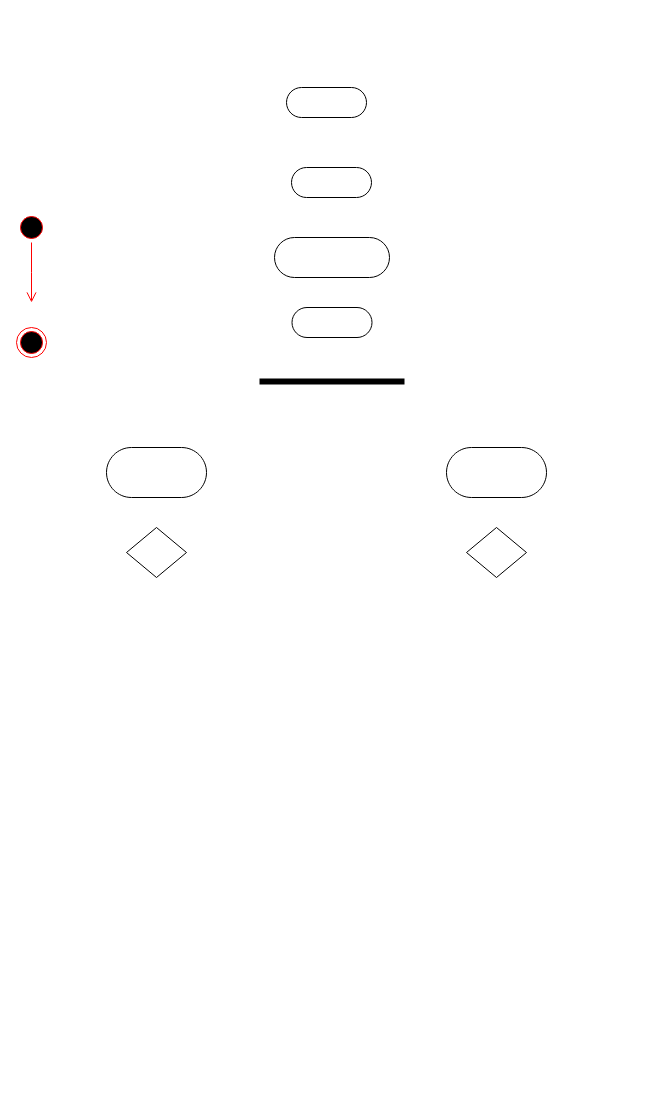
Before: Labs/Lab6 Activity diagram.drawio in Aksharpanchani/IT_314_202101522, a draw.io diagram. Source tidied: cells renumbered, new cells numbered last; positions are measured from the earlier drawing's top-left corner, leaving out a move shared by most shapes. Both pictures are drawn from the tidied source at 100%, with x=0, y=0 at pixel (16, 87).
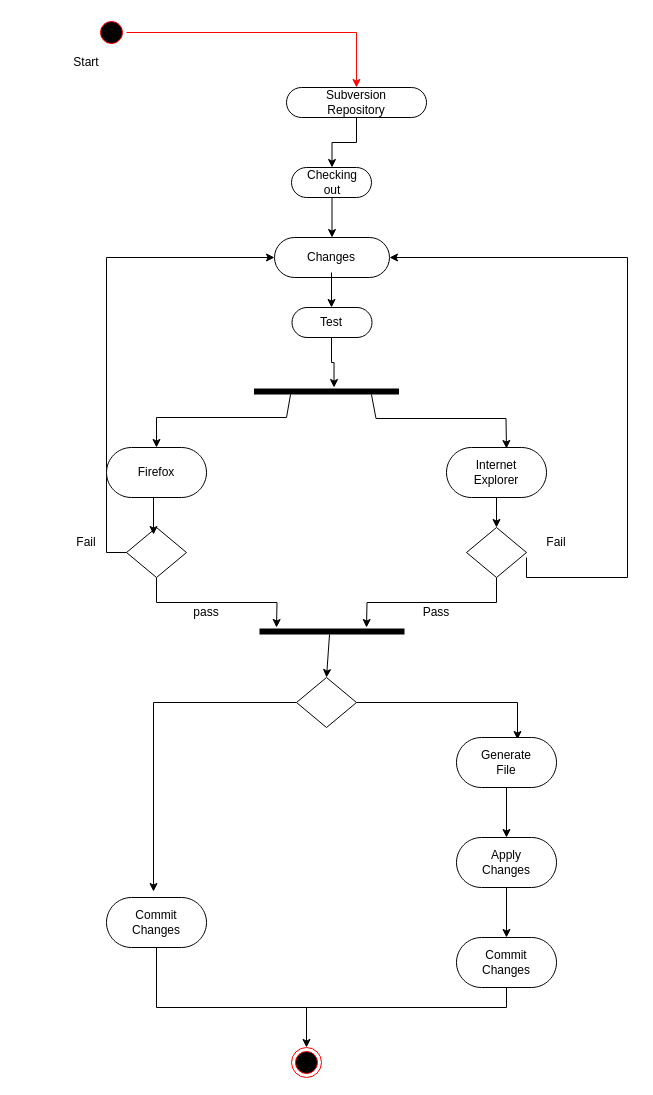
The same diagram, later.

The change refers to these unchanged cells:
```xml
<mxCell id="5" style="html=1;dashed=0;whiteSpace=wrap;shape=mxgraph.dfd.start;" parent="1" vertex="1">
  <mxGeometry x="258" y="150" width="115" height="40" as="geometry" />
</mxCell>
<mxCell id="6" style="shape=rhombus;html=1;dashed=0;whiteSpace=wrap;perimeter=rhombusPerimeter;" parent="1" vertex="1">
  <mxGeometry x="110" y="440" width="60" height="50" as="geometry" />
</mxCell>
<mxCell id="7" style="shape=rhombus;html=1;dashed=0;whiteSpace=wrap;perimeter=rhombusPerimeter;" parent="1" vertex="1">
  <mxGeometry x="450" y="440" width="60" height="50" as="geometry" />
</mxCell>
<mxCell id="9" style="html=1;dashed=0;whiteSpace=wrap;shape=mxgraph.dfd.start;" parent="1" vertex="1">
  <mxGeometry x="430" y="360" width="100" height="50" as="geometry" />
</mxCell>
<mxCell id="10" style="html=1;dashed=0;whiteSpace=wrap;shape=mxgraph.dfd.start;" parent="1" vertex="1">
  <mxGeometry x="90" y="360" width="100" height="50" as="geometry" />
</mxCell>
```

Diff of the diagram source:
```diff
@@
     <mxCell id="2" style="html=1;dashed=0;whiteSpace=wrap;shape=mxgraph.dfd.start;" parent="1" vertex="1">
-      <mxGeometry x="270" width="80" height="30" as="geometry" />
+      <mxGeometry x="270" width="140" height="30" as="geometry" />
     </mxCell>
@@
+    <mxCell id="14" style="edgeStyle=orthogonalEdgeStyle;rounded=0;jettySize=auto;html=1;exitX=0.5;exitY=1;exitDx=0;exitDy=0;" parent="1" edge="1" source="6">
+      <mxGeometry relative="1" as="geometry">
+        <mxPoint x="260" y="540" as="targetPoint" />
+      </mxGeometry>
+    </mxCell>
+    <mxCell id="15" style="edgeStyle=orthogonalEdgeStyle;rounded=0;jettySize=auto;html=1;exitX=0;exitY=0.5;exitDx=0;exitDy=0;entryX=0;entryY=0.5;entryDx=0;entryDy=0;entryPerimeter=0;" parent="1" edge="1" source="6" target="5">
+      <mxGeometry relative="1" as="geometry" />
+    </mxCell>
@@
+    <mxCell id="16" style="edgeStyle=orthogonalEdgeStyle;rounded=0;jettySize=auto;html=1;exitX=0.5;exitY=1;exitDx=0;exitDy=0;" parent="1" edge="1" source="7">
+      <mxGeometry relative="1" as="geometry">
+        <mxPoint x="350" y="540" as="targetPoint" />
+      </mxGeometry>
+    </mxCell>
@@
     <mxCell id="8" style="line;strokeWidth=6;fillColor=none;align=left;verticalAlign=middle;spacingTop=-1;spacingLeft=3;spacingRight=3;labelPosition=right;points=[];portConstraint=eastwest;strokeColor=inherit;" parent="1" vertex="1">
-      <mxGeometry x="243" y="290" width="145" height="8" as="geometry" />
+      <mxGeometry x="237.5" y="300" width="145" height="8" as="geometry" />
     </mxCell>
+    <mxCell id="17" style="edgeStyle=orthogonalEdgeStyle;rounded=0;jettySize=auto;html=1;exitX=0.5;exitY=0.5;exitDx=0;exitDy=25;exitPerimeter=0;entryX=0.5;entryY=0;entryDx=0;entryDy=0;" parent="1" edge="1" source="9" target="7">
+      <mxGeometry relative="1" as="geometry" />
+    </mxCell>
@@
+    <mxCell id="18" style="edgeStyle=orthogonalEdgeStyle;rounded=0;jettySize=auto;html=1;exitX=0.5;exitY=0.5;exitDx=0;exitDy=25;exitPerimeter=0;entryX=0.45;entryY=0.14;entryDx=0;entryDy=0;entryPerimeter=0;" parent="1" edge="1" source="10" target="6">
+      <mxGeometry relative="1" as="geometry" />
+    </mxCell>
@@
     <mxCell id="11" style="ellipse;html=1;shape=endState;fillColor=#000000;strokeColor=#ff0000;" parent="1" vertex="1">
-      <mxGeometry y="240" width="30" height="30" as="geometry" />
+      <mxGeometry x="275" y="960" width="30" height="30" as="geometry" />
     </mxCell>
+    <mxCell id="19" style="edgeStyle=orthogonalEdgeStyle;rounded=0;jettySize=auto;html=1;exitX=1;exitY=0.5;exitDx=0;exitDy=0;strokeColor=#fa0505;" parent="1" edge="1" source="12" target="2">
+      <mxGeometry relative="1" as="geometry" />
+    </mxCell>
     <mxCell id="12" style="ellipse;html=1;shape=startState;fillColor=#000000;strokeColor=#ff0000;" parent="1" vertex="1">
-      <mxGeometry y="125" width="30" height="30" as="geometry" />
+      <mxGeometry x="80" y="-70" width="30" height="30" as="geometry" />
     </mxCell>
-    <mxCell id="13" style="edgeStyle=orthogonalEdgeStyle;html=1;verticalAlign=bottom;endArrow=open;endSize=8;strokeColor=#ff0000;rounded=0;" parent="1" edge="1" source="12">
-      <mxGeometry relative="1" as="geometry">
-        <mxPoint x="15" y="215" as="targetPoint" />
-      </mxGeometry>
-    </mxCell>
+    <mxCell id="20" style="line;strokeWidth=6;fillColor=none;align=left;verticalAlign=middle;spacingTop=-1;spacingLeft=3;spacingRight=3;labelPosition=right;points=[];portConstraint=eastwest;strokeColor=inherit;" parent="1" vertex="1">
+      <mxGeometry x="243" y="540" width="145" height="8" as="geometry" />
+    </mxCell>
+    <mxCell id="21" style="edgeStyle=orthogonalEdgeStyle;rounded=0;jettySize=auto;html=1;exitX=1;exitY=0.5;exitDx=0;exitDy=0;entryX=0.61;entryY=0.04;entryDx=0;entryDy=0;entryPerimeter=0;" parent="1" edge="1" source="23" target="28">
+      <mxGeometry relative="1" as="geometry" />
+    </mxCell>
+    <mxCell id="22" style="edgeStyle=orthogonalEdgeStyle;rounded=0;jettySize=auto;html=1;exitX=0;exitY=0.5;exitDx=0;exitDy=0;entryX=0.47;entryY=-0.12;entryDx=0;entryDy=0;entryPerimeter=0;" parent="1" edge="1" source="23" target="25">
+      <mxGeometry relative="1" as="geometry" />
+    </mxCell>
+    <mxCell id="23" style="shape=rhombus;html=1;dashed=0;whiteSpace=wrap;perimeter=rhombusPerimeter;" parent="1" vertex="1">
+      <mxGeometry x="280" y="590" width="60" height="50" as="geometry" />
+    </mxCell>
+    <mxCell id="24" style="edgeStyle=orthogonalEdgeStyle;rounded=0;jettySize=auto;html=1;exitX=0.5;exitY=0.5;exitDx=0;exitDy=25;exitPerimeter=0;entryX=0.5;entryY=0.5;entryDx=0;entryDy=25;entryPerimeter=0;endArrow=none;endFill=0;" parent="1" edge="1" source="25" target="26">
+      <mxGeometry relative="1" as="geometry" />
+    </mxCell>
+    <mxCell id="25" style="html=1;dashed=0;whiteSpace=wrap;shape=mxgraph.dfd.start;" parent="1" vertex="1">
+      <mxGeometry x="90" y="810" width="100" height="50" as="geometry" />
+    </mxCell>
+    <mxCell id="26" style="html=1;dashed=0;whiteSpace=wrap;shape=mxgraph.dfd.start;" parent="1" vertex="1">
+      <mxGeometry x="440" y="850" width="100" height="50" as="geometry" />
+    </mxCell>
+    <mxCell id="27" style="edgeStyle=orthogonalEdgeStyle;rounded=0;jettySize=auto;html=1;exitX=0.5;exitY=0.5;exitDx=0;exitDy=25;exitPerimeter=0;entryX=0.5;entryY=0.5;entryDx=0;entryDy=-25;entryPerimeter=0;" parent="1" edge="1" source="28" target="30">
+      <mxGeometry relative="1" as="geometry" />
+    </mxCell>
+    <mxCell id="28" style="html=1;dashed=0;whiteSpace=wrap;shape=mxgraph.dfd.start;" parent="1" vertex="1">
+      <mxGeometry x="440" y="650" width="100" height="50" as="geometry" />
+    </mxCell>
+    <mxCell id="29" style="edgeStyle=orthogonalEdgeStyle;rounded=0;jettySize=auto;html=1;exitX=0.5;exitY=0.5;exitDx=0;exitDy=25;exitPerimeter=0;entryX=0.5;entryY=0.5;entryDx=0;entryDy=-25;entryPerimeter=0;" parent="1" edge="1" source="30" target="26">
+      <mxGeometry relative="1" as="geometry" />
+    </mxCell>
+    <mxCell id="30" style="html=1;dashed=0;whiteSpace=wrap;shape=mxgraph.dfd.start;" parent="1" vertex="1">
+      <mxGeometry x="440" y="750" width="100" height="50" as="geometry" />
+    </mxCell>
+    <mxCell id="31" style="edgeStyle=orthogonalEdgeStyle;rounded=0;jettySize=auto;html=1;exitX=0.5;exitY=1;exitDx=0;exitDy=0;entryX=0.5;entryY=0;entryDx=0;entryDy=0;" parent="1" edge="1" source="32" target="35">
+      <mxGeometry relative="1" as="geometry" />
+    </mxCell>
+    <mxCell id="32" value="Subversion Repository" style="text;html=1;strokeColor=none;fillColor=none;align=center;verticalAlign=middle;whiteSpace=wrap;rounded=0;" parent="1" vertex="1">
+      <mxGeometry x="310" width="60" height="30" as="geometry" />
+    </mxCell>
+    <mxCell id="33" value="Start" style="text;html=1;strokeColor=none;fillColor=none;align=center;verticalAlign=middle;whiteSpace=wrap;rounded=0;" parent="1" vertex="1">
+      <mxGeometry x="40" y="-40" width="60" height="30" as="geometry" />
+    </mxCell>
+    <mxCell id="34" style="edgeStyle=orthogonalEdgeStyle;rounded=0;jettySize=auto;html=1;exitX=0.5;exitY=1;exitDx=0;exitDy=0;entryX=0.5;entryY=0.5;entryDx=0;entryDy=-20;entryPerimeter=0;" parent="1" edge="1" source="35" target="5">
+      <mxGeometry relative="1" as="geometry" />
+    </mxCell>
+    <mxCell id="35" value="Checking out" style="text;html=1;strokeColor=none;fillColor=none;align=center;verticalAlign=middle;whiteSpace=wrap;rounded=0;" parent="1" vertex="1">
+      <mxGeometry x="285.5" y="80" width="60" height="30" as="geometry" />
+    </mxCell>
+    <mxCell id="36" style="edgeStyle=orthogonalEdgeStyle;rounded=0;jettySize=auto;html=1;exitX=0.5;exitY=1;exitDx=0;exitDy=0;entryX=0.5;entryY=0;entryDx=0;entryDy=0;" parent="1" edge="1" source="37" target="39">
+      <mxGeometry relative="1" as="geometry" />
+    </mxCell>
+    <mxCell id="37" value="Changes" style="text;html=1;strokeColor=none;fillColor=none;align=center;verticalAlign=middle;whiteSpace=wrap;rounded=0;" parent="1" vertex="1">
+      <mxGeometry x="285" y="155" width="60" height="30" as="geometry" />
+    </mxCell>
+    <mxCell id="38" style="edgeStyle=orthogonalEdgeStyle;rounded=0;jettySize=auto;html=1;exitX=0.5;exitY=1;exitDx=0;exitDy=0;entryX=0.552;entryY=0;entryDx=0;entryDy=0;entryPerimeter=0;" parent="1" edge="1" source="39" target="8">
+      <mxGeometry relative="1" as="geometry" />
+    </mxCell>
+    <mxCell id="39" value="Test" style="text;html=1;strokeColor=none;fillColor=none;align=center;verticalAlign=middle;whiteSpace=wrap;rounded=0;" parent="1" vertex="1">
+      <mxGeometry x="285" y="220" width="60" height="30" as="geometry" />
+    </mxCell>
+    <mxCell id="40" value="Firefox" style="text;html=1;strokeColor=none;fillColor=none;align=center;verticalAlign=middle;whiteSpace=wrap;rounded=0;" parent="1" vertex="1">
+      <mxGeometry x="110" y="370" width="60" height="30" as="geometry" />
+    </mxCell>
+    <mxCell id="41" value="Internet Explorer" style="text;html=1;strokeColor=none;fillColor=none;align=center;verticalAlign=middle;whiteSpace=wrap;rounded=0;" parent="1" vertex="1">
+      <mxGeometry x="450" y="370" width="60" height="30" as="geometry" />
+    </mxCell>
+    <mxCell id="42" style="edgeStyle=orthogonalEdgeStyle;rounded=0;jettySize=auto;html=1;exitX=0;exitY=1;exitDx=0;exitDy=0;entryX=1;entryY=0.5;entryDx=0;entryDy=0;entryPerimeter=0;" parent="1" edge="1" source="43" target="5">
+      <mxGeometry relative="1" as="geometry">
+        <Array as="points">
+          <mxPoint x="510" y="490" />
+          <mxPoint x="611" y="490" />
+          <mxPoint x="611" y="170" />
+        </Array>
+      </mxGeometry>
+    </mxCell>
+    <mxCell id="43" value="Fail" style="text;html=1;strokeColor=none;fillColor=none;align=center;verticalAlign=middle;whiteSpace=wrap;rounded=0;" parent="1" vertex="1">
+      <mxGeometry x="510" y="440" width="60" height="30" as="geometry" />
+    </mxCell>
+    <mxCell id="44" value="Fail" style="text;html=1;strokeColor=none;fillColor=none;align=center;verticalAlign=middle;whiteSpace=wrap;rounded=0;" parent="1" vertex="1">
+      <mxGeometry x="40" y="440" width="60" height="30" as="geometry" />
+    </mxCell>
+    <mxCell id="45" value="pass" style="text;html=1;strokeColor=none;fillColor=none;align=center;verticalAlign=middle;whiteSpace=wrap;rounded=0;" parent="1" vertex="1">
+      <mxGeometry x="160" y="510" width="60" height="30" as="geometry" />
+    </mxCell>
+    <mxCell id="46" value="Pass" style="text;html=1;strokeColor=none;fillColor=none;align=center;verticalAlign=middle;whiteSpace=wrap;rounded=0;" parent="1" vertex="1">
+      <mxGeometry x="390" y="510" width="60" height="30" as="geometry" />
+    </mxCell>
+    <mxCell id="47" value="Generate File" style="text;html=1;strokeColor=none;fillColor=none;align=center;verticalAlign=middle;whiteSpace=wrap;rounded=0;" parent="1" vertex="1">
+      <mxGeometry x="460" y="660" width="60" height="30" as="geometry" />
+    </mxCell>
+    <mxCell id="48" value="Apply Changes" style="text;html=1;strokeColor=none;fillColor=none;align=center;verticalAlign=middle;whiteSpace=wrap;rounded=0;" parent="1" vertex="1">
+      <mxGeometry x="460" y="760" width="60" height="30" as="geometry" />
+    </mxCell>
+    <mxCell id="49" value="Commit Changes" style="text;html=1;strokeColor=none;fillColor=none;align=center;verticalAlign=middle;whiteSpace=wrap;rounded=0;" parent="1" vertex="1">
+      <mxGeometry x="460" y="860" width="60" height="30" as="geometry" />
+    </mxCell>
+    <mxCell id="50" value="Commit Changes" style="text;html=1;strokeColor=none;fillColor=none;align=center;verticalAlign=middle;whiteSpace=wrap;rounded=0;" parent="1" vertex="1">
+      <mxGeometry x="110" y="820" width="60" height="30" as="geometry" />
+    </mxCell>
+    <mxCell id="51" style="endArrow=classic;html=1;rounded=0;entryX=0.5;entryY=0.5;entryDx=0;entryDy=-25;entryPerimeter=0;exitX=0.252;exitY=0.875;exitDx=0;exitDy=0;exitPerimeter=0;" parent="1" edge="1" source="8" target="10">
+      <mxGeometry relative="1" as="geometry">
+        <Array as="points">
+          <mxPoint x="270" y="330" />
+          <mxPoint x="140" y="330" />
+        </Array>
+      </mxGeometry>
+    </mxCell>
+    <mxCell id="52" style="endArrow=classic;html=1;rounded=0;exitX=0.81;exitY=0.875;exitDx=0;exitDy=0;exitPerimeter=0;" parent="1" edge="1" source="8">
+      <mxGeometry relative="1" as="geometry">
+        <mxPoint x="490" y="361" as="targetPoint" />
+        <Array as="points">
+          <mxPoint x="359.5" y="331" />
+          <mxPoint x="489.5" y="331" />
+        </Array>
+      </mxGeometry>
+    </mxCell>
+    <mxCell id="53" style="endArrow=classic;html=1;rounded=0;exitX=0.483;exitY=0.875;exitDx=0;exitDy=0;exitPerimeter=0;entryX=0.5;entryY=0;entryDx=0;entryDy=0;" parent="1" edge="1" source="20" target="23">
+      <mxGeometry relative="1" as="geometry" />
+    </mxCell>
+    <mxCell id="54" style="endArrow=classic;html=1;rounded=0;entryX=0.5;entryY=0;entryDx=0;entryDy=0;" parent="1" edge="1" target="11">
+      <mxGeometry relative="1" as="geometry">
+        <mxPoint x="290" y="920" as="sourcePoint" />
+      </mxGeometry>
+    </mxCell>
```
